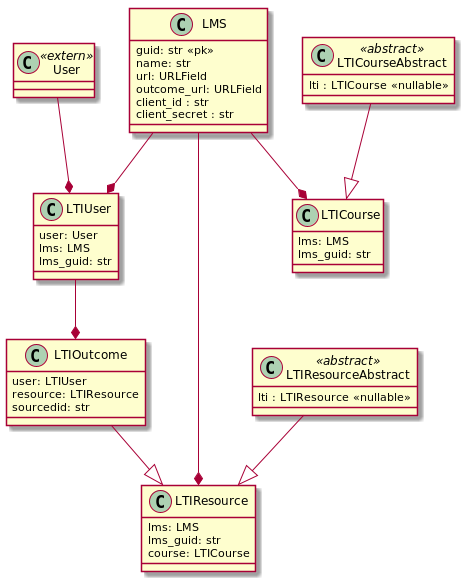
Before: diagrammes/lti/lti.png, a diagram exported from PlantUML (PremierLangage/platon-conception).
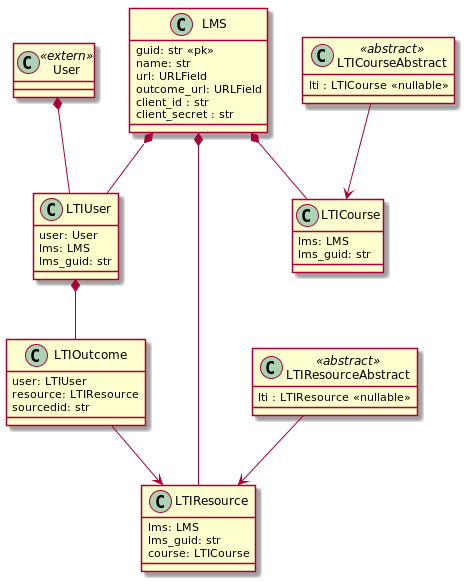
After the change.

Diff of the diagram source:
```diff
@@ -43,13 +43,13 @@
 class User<<extern>> {
 }
 
-LMS --* LTIUser
-LMS --* LTICourse
-LMS --* LTIResource
-LTIOutcome --|> LTIResource
-LTIUser --* LTIOutcome
-LTIResourceAbstract --|> LTIResource
-LTICourseAbstract --|> LTICourse
-User --* LTIUser
+LMS *-- LTIUser
+LMS *-- LTICourse
+LMS *-- LTIResource
+LTIOutcome --> LTIResource
+LTIUser *-- LTIOutcome
+LTIResourceAbstract --> LTIResource
+LTICourseAbstract --> LTICourse
+User *-- LTIUser
 
 @enduml
```
